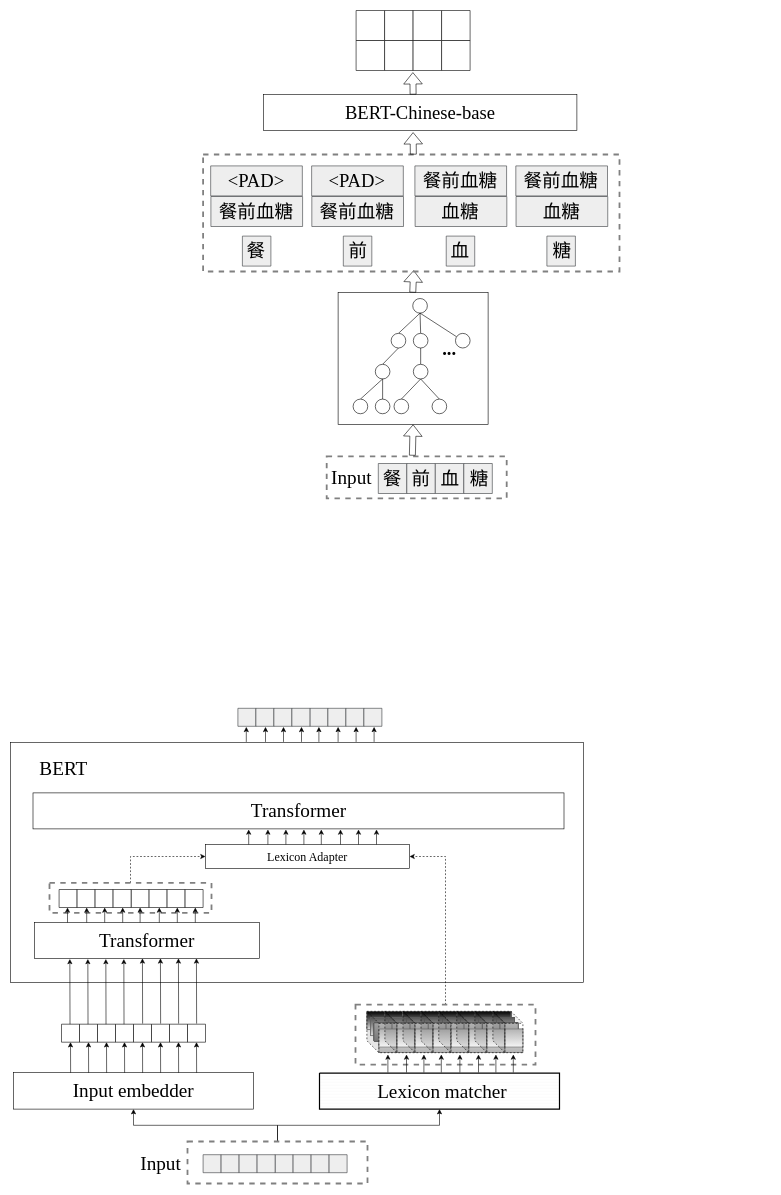
This is NCAA.drawio from JJackMoO/Jackert_draw, a draw.io file, before an edit. Source tidied: cells renumbered, new cells numbered last; positions are measured from the earlier drawing's top-left corner, leaving out a move shared by most shapes. Both pictures are drawn from the tidied source at 60%, with x=0, y=0 at pixel (10, 10).
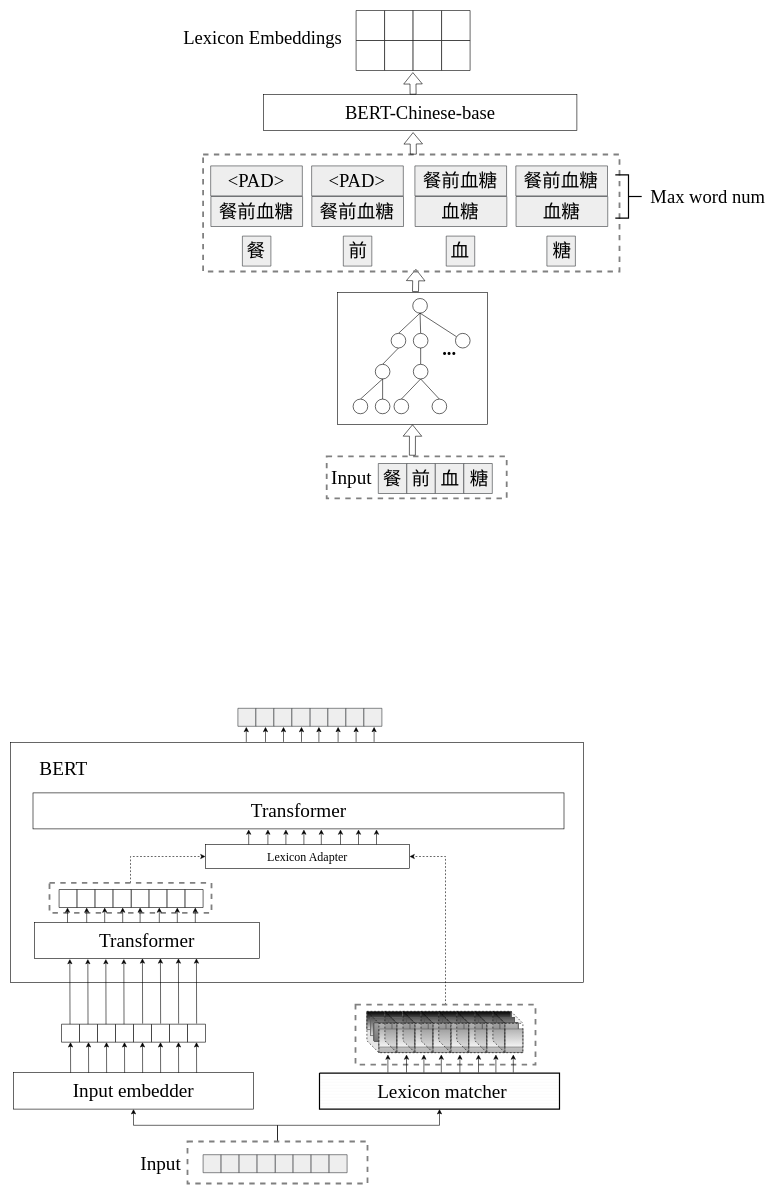
The same diagram, later.

The change refers to these unchanged cells:
```xml
<mxCell id="379" style="verticalLabelPosition=bottom;verticalAlign=top;html=1;shape=mxgraph.basic.rect;fillColor2=none;strokeWidth=3;size=20;indent=5;shadow=0;sketch=0;fillStyle=auto;fontFamily=Times New Roman;fontSize=27;fillColor=none;gradientDirection=north;dashed=1;fontColor=#333333;strokeColor=#808080;" parent="1" vertex="1">
  <mxGeometry x="321" y="240" width="694" height="195" as="geometry" />
</mxCell>
```

What changed in the source:
```diff
@@
     <mxCell id="317" style="rounded=0;whiteSpace=wrap;html=1;fontFamily=Times New Roman;fontSize=20;" parent="1" vertex="1">
-      <mxGeometry x="546" y="470" width="250" height="220" as="geometry" />
+      <mxGeometry x="545" y="470" width="250" height="220" as="geometry" />
     </mxCell>
@@
-    <mxCell id="378" style="shape=flexArrow;endArrow=classic;html=1;rounded=0;fontFamily=Times New Roman;fontSize=31;exitX=0.476;exitY=-0.018;exitDx=0;exitDy=0;exitPerimeter=0;" parent="1" edge="1">
-      <mxGeometry relative="1" as="geometry">
-        <mxPoint x="670.4" y="470" as="sourcePoint" />
-        <mxPoint x="672" y="433" as="targetPoint" />
-      </mxGeometry>
+    <mxCell id="378" style="shape=flexArrow;endArrow=classic;html=1;rounded=0;fontFamily=Times New Roman;fontSize=31;exitX=0.52;exitY=-0.005;exitDx=0;exitDy=0;exitPerimeter=0;entryX=0.511;entryY=0.979;entryDx=0;entryDy=0;entryPerimeter=0;" parent="1" edge="1" source="317" target="379">
+      <mxGeometry relative="1" as="geometry" />
     </mxCell>
@@
+    <mxCell id="393" value="Lexicon Embeddings" style="text;html=1;align=center;verticalAlign=middle;fillColor=none;strokeColor=none;rounded=0;fontFamily=Times New Roman;fontSize=31;" parent="1" vertex="1">
+      <mxGeometry x="275" y="20" width="290" height="50" as="geometry" />
+    </mxCell>
+    <mxCell id="394" style="strokeWidth=2;html=1;shape=mxgraph.flowchart.annotation_2;align=left;labelPosition=right;fontFamily=Times New Roman;fontSize=31;flipH=1;" parent="1" vertex="1">
+      <mxGeometry x="1008" y="274" width="44" height="72" as="geometry" />
+    </mxCell>
+    <mxCell id="395" value="Max word num" style="text;html=1;align=center;verticalAlign=middle;fillColor=none;strokeColor=none;rounded=0;fontFamily=Times New Roman;fontSize=31;" parent="1" vertex="1">
+      <mxGeometry x="1057" y="285.5" width="209" height="49" as="geometry" />
+    </mxCell>
```
